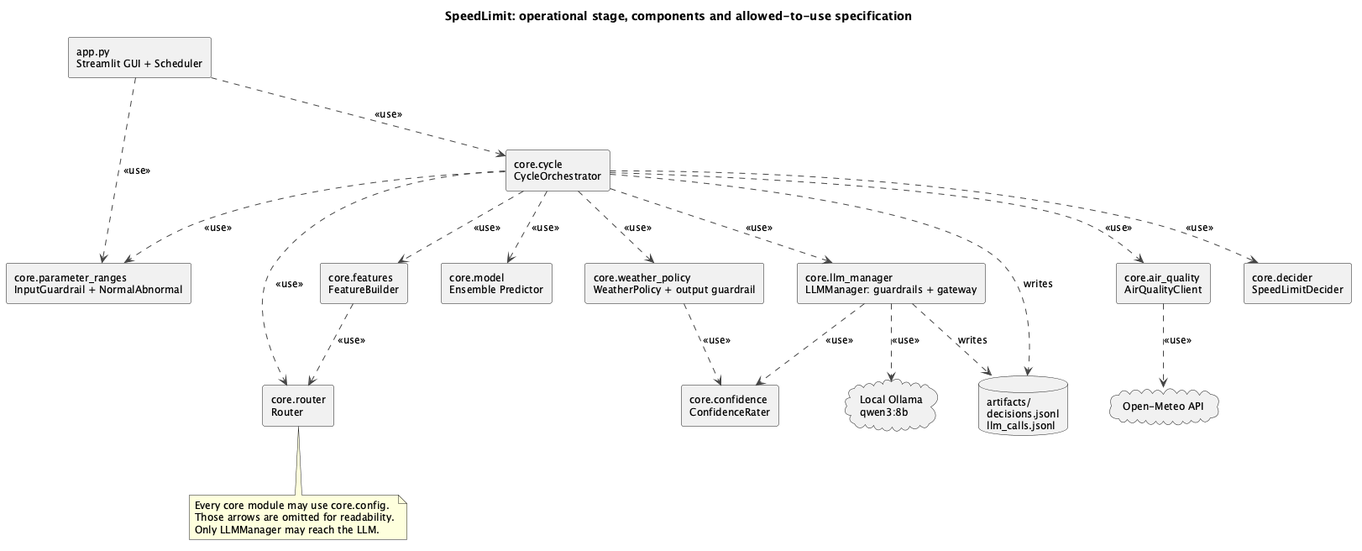
The PlantUML diagram docs/uml/01_architecture_operational.png in xDGeo/SpeedLimitExampleSEA, before a commit. Its diagram source:
```plantuml
@startuml 01_architecture_operational
title SpeedLimit: operational stage, components and allowed-to-use specification
skinparam shadowing false
skinparam componentStyle rectangle
skinparam nodesep 40
skinparam ranksep 70
skinparam defaultFontSize 12
skinparam ArrowColor #444444

[app.py\nStreamlit GUI + Scheduler] as GUI
[core.cycle\nCycleOrchestrator] as Cycle
[core.parameter_ranges\nInputGuardrail + NormalAbnormal] as Ranges
[core.router\nRouter] as Router
[core.features\nFeatureBuilder] as Features
[core.model\nEnsemble Predictor] as Model
[core.weather_policy\nWeatherPolicy + output guardrail] as Weather
[core.air_quality\nAirQualityClient] as Air
[core.llm_manager\nLLMManager: guardrails + gateway] as LLM
[core.decider\nSpeedLimitDecider] as Decider
[core.confidence\nConfidenceRater] as Confidence
cloud "Open-Meteo API" as OpenMeteo
cloud "Local Ollama\nqwen3:8b" as Ollama
database "artifacts/\ndecisions.jsonl\nllm_calls.jsonl" as Art

GUI ..> Cycle : <<use>>
GUI ..> Ranges : <<use>>
Cycle ..> Ranges : <<use>>
Cycle ..> Router : <<use>>
Cycle ..> Features : <<use>>
Cycle ..> Model : <<use>>
Cycle ..> Weather : <<use>>
Cycle ..> Air : <<use>>
Cycle ..> LLM : <<use>>
Cycle ..> Decider : <<use>>
Features ..> Router : <<use>>
Weather ..> Confidence : <<use>>
LLM ..> Confidence : <<use>>
Air ..> OpenMeteo : <<use>>
LLM ..> Ollama : <<use>>
Cycle ..> Art : writes
LLM ..> Art : writes

note bottom of Router
  Every core module may use core.config.
  Those arrows are omitted for readability.
  Only LLMManager may reach the LLM.
end note
@enduml
```
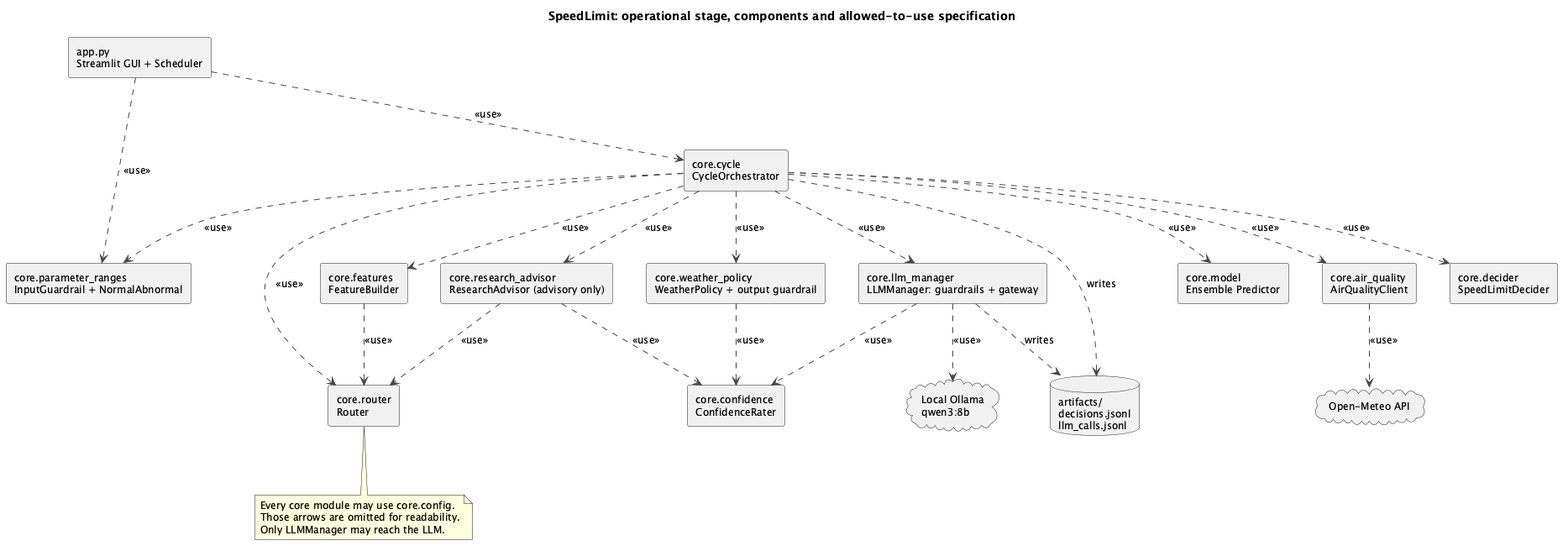
Later version of the same file.

The edit, as a diff of the source:
```diff
@@ -18,6 +18,7 @@
 [core.llm_manager\nLLMManager: guardrails + gateway] as LLM
 [core.decider\nSpeedLimitDecider] as Decider
 [core.confidence\nConfidenceRater] as Confidence
+[core.research_advisor\nResearchAdvisor (advisory only)] as Research
 cloud "Open-Meteo API" as OpenMeteo
 cloud "Local Ollama\nqwen3:8b" as Ollama
 database "artifacts/\ndecisions.jsonl\nllm_calls.jsonl" as Art
@@ -33,6 +34,9 @@
 Cycle ..> LLM : <<use>>
 Cycle ..> Decider : <<use>>
 Features ..> Router : <<use>>
+Cycle ..> Research : <<use>>
+Research ..> Router : <<use>>
+Research ..> Confidence : <<use>>
 Weather ..> Confidence : <<use>>
 LLM ..> Confidence : <<use>>
 Air ..> OpenMeteo : <<use>>
```
